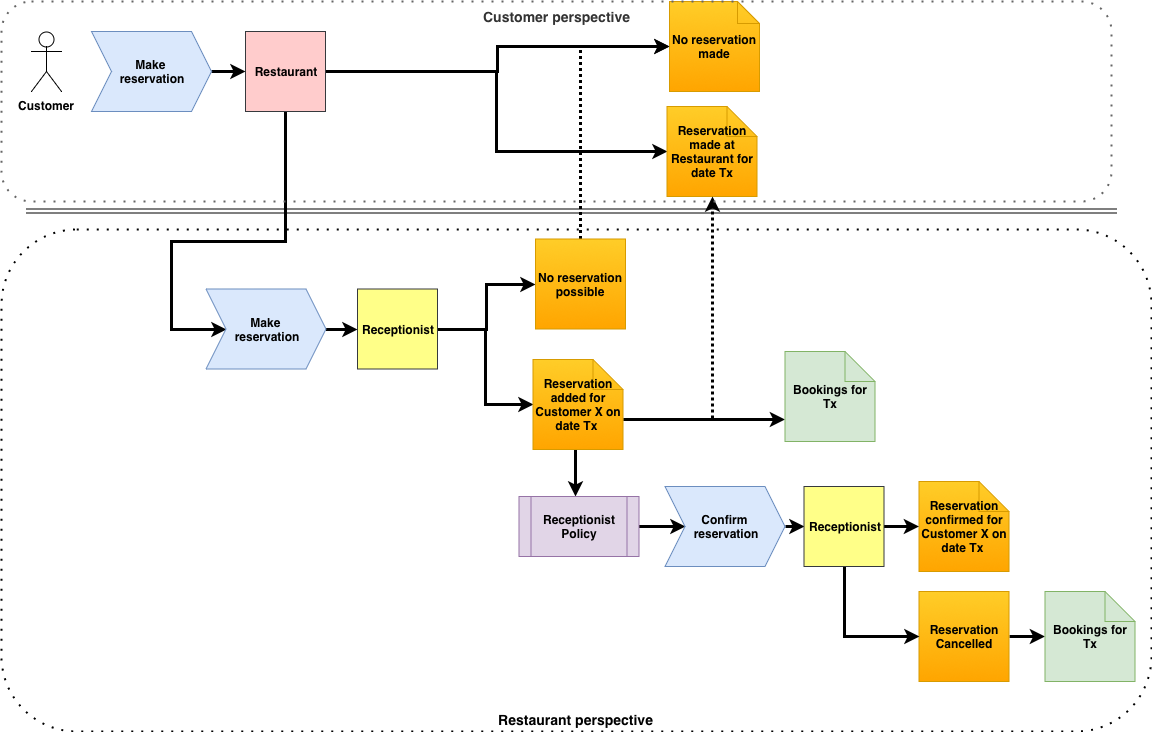
tripledio/tripledio.github.io keeps this draw.io diagram as img/posts/events-restaurant/processFlowReservation.png. Above is the earlier version. Source tidied: cells renumbered, new cells last; positions are measured from the earlier drawing's top-left corner, leaving out a move shared by most shapes.
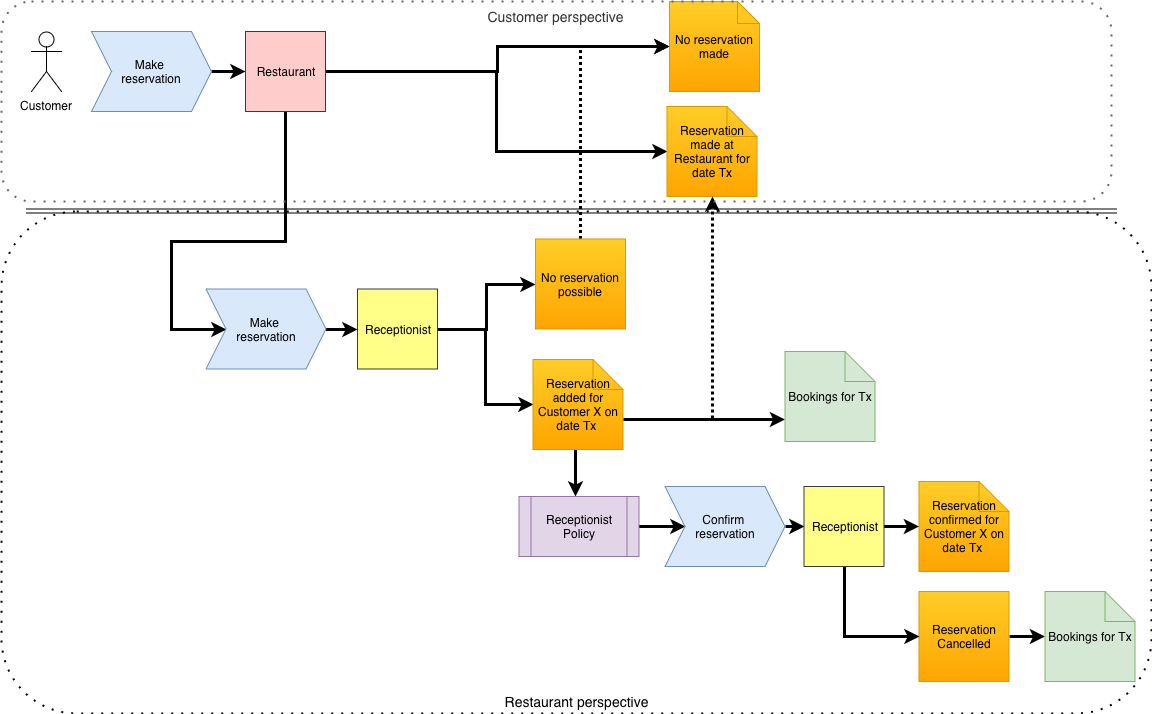
After the change.

Change to the diagram source:
```diff
@@ -2,137 +2,137 @@
   <root>
     <mxCell id="0" />
     <mxCell id="1" parent="0" />
-    <mxCell id="2" value="&lt;b&gt;Customer&lt;/b&gt;" style="shape=umlActor;verticalLabelPosition=bottom;labelBackgroundColor=#ffffff;verticalAlign=top;html=1;" parent="1" vertex="1">
-      <mxGeometry x="30" y="30" width="30" height="60" as="geometry" />
+    <mxCell id="2" value="Restaurant perspective" style="rounded=1;whiteSpace=wrap;html=1;dashed=1;dashPattern=1 4;strokeWidth=2;fillColor=none;fontStyle=0;verticalAlign=bottom;fontSize=14;" parent="1" vertex="1">
+      <mxGeometry y="210" width="1150" height="502" as="geometry" />
     </mxCell>
-    <mxCell id="3" style="edgeStyle=orthogonalEdgeStyle;rounded=0;jettySize=auto;html=1;entryX=0;entryY=0.5;entryDx=0;entryDy=0;entryPerimeter=0;strokeWidth=3;" parent="1" edge="1" source="5" target="21">
-      <mxGeometry relative="1" as="geometry" />
+    <mxCell id="3" value="&lt;span&gt;Customer&lt;/span&gt;" style="shape=umlActor;verticalLabelPosition=bottom;labelBackgroundColor=#ffffff;verticalAlign=top;html=1;fontStyle=0;" parent="1" vertex="1">
+      <mxGeometry x="30" y="30" width="30" height="60" as="geometry" />
     </mxCell>
-    <mxCell id="4" style="edgeStyle=orthogonalEdgeStyle;rounded=0;jettySize=auto;html=1;exitX=1;exitY=0.5;exitDx=0;exitDy=0;strokeWidth=3;" parent="1" edge="1" source="5" target="23">
+    <mxCell id="4" style="edgeStyle=orthogonalEdgeStyle;rounded=0;jettySize=auto;html=1;entryX=0;entryY=0.5;entryDx=0;entryDy=0;entryPerimeter=0;strokeWidth=3;fontStyle=0;" parent="1" edge="1" source="6" target="22">
       <mxGeometry relative="1" as="geometry" />
     </mxCell>
-    <mxCell id="5" value="&lt;b&gt;Receptionist&lt;/b&gt;" style="whiteSpace=wrap;html=1;fillColor=#ffff88;strokeColor=#36393d;" parent="1" vertex="1">
-      <mxGeometry x="356" y="287.5" width="80" height="80" as="geometry" />
+    <mxCell id="5" style="edgeStyle=orthogonalEdgeStyle;rounded=0;jettySize=auto;html=1;exitX=1;exitY=0.5;exitDx=0;exitDy=0;strokeWidth=3;fontStyle=0;" parent="1" edge="1" source="6" target="24">
+      <mxGeometry relative="1" as="geometry" />
     </mxCell>
-    <mxCell id="6" style="edgeStyle=orthogonalEdgeStyle;rounded=0;jettySize=auto;html=1;entryX=0;entryY=0.5;entryDx=0;entryDy=0;strokeWidth=3;" parent="1" edge="1" source="9" target="17">
-      <mxGeometry relative="1" as="geometry">
-        <Array as="points">
-          <mxPoint x="284" y="240" />
-          <mxPoint x="170" y="240" />
-          <mxPoint x="170" y="328" />
-        </Array>
-      </mxGeometry>
+    <mxCell id="6" value="&lt;span&gt;Receptionist&lt;/span&gt;" style="whiteSpace=wrap;html=1;fillColor=#ffff88;strokeColor=#36393d;fontStyle=0;" parent="1" vertex="1">
+      <mxGeometry x="356" y="287.5" width="80" height="80" as="geometry" />
     </mxCell>
-    <mxCell id="7" style="edgeStyle=orthogonalEdgeStyle;rounded=0;jettySize=auto;html=1;entryX=0;entryY=0.5;entryDx=0;entryDy=0;entryPerimeter=0;strokeWidth=3;" parent="1" edge="1" source="9" target="11">
-      <mxGeometry relative="1" as="geometry" />
+    <mxCell id="7" style="edgeStyle=orthogonalEdgeStyle;rounded=0;jettySize=auto;html=1;entryX=0;entryY=0.5;entryDx=0;entryDy=0;strokeWidth=3;fontStyle=0;" parent="1" edge="1" source="10" target="18">
+      <mxGeometry relative="1" as="geometry">
+        <Array as="points">
+          <mxPoint x="284" y="240" />
+          <mxPoint x="170" y="240" />
+          <mxPoint x="170" y="328" />
+        </Array>
+      </mxGeometry>
     </mxCell>
-    <mxCell id="8" style="edgeStyle=orthogonalEdgeStyle;rounded=0;jettySize=auto;html=1;entryX=0;entryY=0.5;entryDx=0;entryDy=0;entryPerimeter=0;strokeWidth=3;" parent="1" edge="1" source="9" target="10">
+    <mxCell id="8" style="edgeStyle=orthogonalEdgeStyle;rounded=0;jettySize=auto;html=1;entryX=0;entryY=0.5;entryDx=0;entryDy=0;entryPerimeter=0;strokeWidth=3;fontStyle=0;" parent="1" edge="1" source="10" target="12">
       <mxGeometry relative="1" as="geometry" />
     </mxCell>
-    <mxCell id="9" value="&lt;b&gt;Restaurant&lt;/b&gt;&lt;br&gt;" style="whiteSpace=wrap;html=1;fillColor=#ffcccc;strokeColor=#36393d;" parent="1" vertex="1">
-      <mxGeometry x="244" y="30" width="80" height="80" as="geometry" />
+    <mxCell id="9" style="edgeStyle=orthogonalEdgeStyle;rounded=0;jettySize=auto;html=1;entryX=0;entryY=0.5;entryDx=0;entryDy=0;entryPerimeter=0;strokeWidth=3;fontStyle=0;" parent="1" edge="1" source="10" target="11">
+      <mxGeometry relative="1" as="geometry" />
     </mxCell>
-    <mxCell id="10" value="&lt;b&gt;Reservation made at Restaurant for date Tx&lt;/b&gt;&lt;br&gt;" style="shape=note;whiteSpace=wrap;html=1;backgroundOutline=1;fillColor=#ffcd28;strokeColor=#d79b00;gradientColor=#ffa500;" parent="1" vertex="1">
-      <mxGeometry x="665.5" y="105" width="90" height="90" as="geometry" />
+    <mxCell id="10" value="&lt;span&gt;Restaurant&lt;/span&gt;&lt;br&gt;" style="whiteSpace=wrap;html=1;fillColor=#ffcccc;strokeColor=#36393d;fontStyle=0;" parent="1" vertex="1">
+      <mxGeometry x="244" y="30" width="80" height="80" as="geometry" />
     </mxCell>
-    <mxCell id="11" value="&lt;b&gt;No reservation made&lt;/b&gt;&lt;br&gt;" style="shape=note;whiteSpace=wrap;html=1;backgroundOutline=1;fillColor=#ffcd28;strokeColor=#d79b00;gradientColor=#ffa500;size=22;" parent="1" vertex="1">
-      <mxGeometry x="668" width="90" height="90" as="geometry" />
+    <mxCell id="11" value="&lt;span&gt;Reservation made at Restaurant for date Tx&lt;/span&gt;&lt;br&gt;" style="shape=note;whiteSpace=wrap;html=1;backgroundOutline=1;fillColor=#ffcd28;strokeColor=#d79b00;gradientColor=#ffa500;fontStyle=0;" parent="1" vertex="1">
+      <mxGeometry x="665.5" y="105" width="90" height="90" as="geometry" />
     </mxCell>
-    <mxCell id="12" style="edgeStyle=orthogonalEdgeStyle;rounded=0;jettySize=auto;html=1;exitX=0;exitY=0;exitDx=90;exitDy=45;exitPerimeter=0;strokeWidth=3;" parent="1" edge="1" source="13" target="34">
-      <mxGeometry relative="1" as="geometry" />
+    <mxCell id="12" value="&lt;span&gt;No reservation made&lt;/span&gt;&lt;br&gt;" style="shape=note;whiteSpace=wrap;html=1;backgroundOutline=1;fillColor=#ffcd28;strokeColor=#d79b00;gradientColor=#ffa500;size=22;fontStyle=0;" parent="1" vertex="1">
+      <mxGeometry x="668" width="90" height="90" as="geometry" />
     </mxCell>
-    <mxCell id="13" value="&lt;b&gt;Reservation Cancelled&lt;/b&gt;&lt;br&gt;" style="shape=note;whiteSpace=wrap;html=1;backgroundOutline=1;fillColor=#ffcd28;strokeColor=#d79b00;gradientColor=#ffa500;size=0;" parent="1" vertex="1">
-      <mxGeometry x="917.5" y="590" width="90" height="90" as="geometry" />
+    <mxCell id="13" style="edgeStyle=orthogonalEdgeStyle;rounded=0;jettySize=auto;html=1;exitX=0;exitY=0;exitDx=90;exitDy=45;exitPerimeter=0;strokeWidth=3;fontStyle=0;" parent="1" edge="1" source="14" target="35">
+      <mxGeometry relative="1" as="geometry" />
     </mxCell>
-    <mxCell id="14" style="edgeStyle=orthogonalEdgeStyle;rounded=0;jettySize=auto;html=1;exitX=1;exitY=0.5;exitDx=0;exitDy=0;entryX=0;entryY=0.5;entryDx=0;entryDy=0;strokeWidth=3;" parent="1" edge="1" source="15" target="9">
-      <mxGeometry relative="1" as="geometry" />
+    <mxCell id="14" value="&lt;span&gt;Reservation Cancelled&lt;/span&gt;&lt;br&gt;" style="shape=note;whiteSpace=wrap;html=1;backgroundOutline=1;fillColor=#ffcd28;strokeColor=#d79b00;gradientColor=#ffa500;size=0;fontStyle=0;" parent="1" vertex="1">
+      <mxGeometry x="917.5" y="590" width="90" height="90" as="geometry" />
     </mxCell>
-    <mxCell id="15" value="&lt;b&gt;Make &lt;br&gt;reservation&lt;/b&gt;" style="shape=step;perimeter=stepPerimeter;whiteSpace=wrap;html=1;fixedSize=1;fillColor=#dae8fc;strokeColor=#6c8ebf;" parent="1" vertex="1">
-      <mxGeometry x="90" y="30" width="120" height="80" as="geometry" />
+    <mxCell id="15" style="edgeStyle=orthogonalEdgeStyle;rounded=0;jettySize=auto;html=1;exitX=1;exitY=0.5;exitDx=0;exitDy=0;entryX=0;entryY=0.5;entryDx=0;entryDy=0;strokeWidth=3;fontStyle=0;" parent="1" edge="1" source="16" target="10">
+      <mxGeometry relative="1" as="geometry" />
     </mxCell>
-    <mxCell id="16" style="edgeStyle=orthogonalEdgeStyle;rounded=0;jettySize=auto;html=1;strokeWidth=3;" parent="1" edge="1" source="17" target="5">
-      <mxGeometry relative="1" as="geometry" />
+    <mxCell id="16" value="&lt;span&gt;Make &lt;br&gt;reservation&lt;/span&gt;" style="shape=step;perimeter=stepPerimeter;whiteSpace=wrap;html=1;fixedSize=1;fillColor=#dae8fc;strokeColor=#6c8ebf;fontStyle=0;" parent="1" vertex="1">
+      <mxGeometry x="90" y="30" width="120" height="80" as="geometry" />
     </mxCell>
-    <mxCell id="17" value="&lt;b&gt;Make &lt;br&gt;reservation&lt;/b&gt;" style="shape=step;perimeter=stepPerimeter;whiteSpace=wrap;html=1;fixedSize=1;fillColor=#dae8fc;strokeColor=#6c8ebf;" parent="1" vertex="1">
-      <mxGeometry x="204.5" y="287.5" width="120" height="80" as="geometry" />
+    <mxCell id="17" style="edgeStyle=orthogonalEdgeStyle;rounded=0;jettySize=auto;html=1;strokeWidth=3;fontStyle=0;" parent="1" edge="1" source="18" target="6">
+      <mxGeometry relative="1" as="geometry" />
     </mxCell>
-    <mxCell id="18" style="edgeStyle=orthogonalEdgeStyle;rounded=0;jettySize=auto;html=1;entryX=0.5;entryY=1;entryDx=0;entryDy=0;entryPerimeter=0;exitX=0;exitY=0;exitDx=90;exitDy=60;exitPerimeter=0;strokeWidth=3;dashed=1;dashPattern=1 1;" parent="1" edge="1" source="21" target="10">
-      <mxGeometry relative="1" as="geometry" />
+    <mxCell id="18" value="&lt;span&gt;Make &lt;br&gt;reservation&lt;/span&gt;" style="shape=step;perimeter=stepPerimeter;whiteSpace=wrap;html=1;fixedSize=1;fillColor=#dae8fc;strokeColor=#6c8ebf;fontStyle=0;" parent="1" vertex="1">
+      <mxGeometry x="204.5" y="287.5" width="120" height="80" as="geometry" />
     </mxCell>
-    <mxCell id="19" style="edgeStyle=orthogonalEdgeStyle;rounded=0;jettySize=auto;html=1;strokeWidth=3;" parent="1" edge="1" source="21" target="27">
-      <mxGeometry relative="1" as="geometry">
-        <Array as="points">
-          <mxPoint x="574" y="480" />
-          <mxPoint x="574" y="480" />
-        </Array>
-      </mxGeometry>
+    <mxCell id="19" style="edgeStyle=orthogonalEdgeStyle;rounded=0;jettySize=auto;html=1;entryX=0.5;entryY=1;entryDx=0;entryDy=0;entryPerimeter=0;exitX=0;exitY=0;exitDx=90;exitDy=60;exitPerimeter=0;strokeWidth=3;dashed=1;dashPattern=1 1;fontStyle=0;" parent="1" edge="1" source="22" target="11">
+      <mxGeometry relative="1" as="geometry" />
     </mxCell>
-    <mxCell id="20" style="edgeStyle=orthogonalEdgeStyle;rounded=0;jettySize=auto;html=1;strokeWidth=3;exitX=0;exitY=0;exitDx=90;exitDy=60;exitPerimeter=0;" parent="1" edge="1" source="21" target="33">
+    <mxCell id="20" style="edgeStyle=orthogonalEdgeStyle;rounded=0;jettySize=auto;html=1;strokeWidth=3;fontStyle=0;" parent="1" edge="1" source="22" target="28">
       <mxGeometry relative="1" as="geometry">
         <Array as="points">
-          <mxPoint x="760" y="418" />
-          <mxPoint x="760" y="418" />
+          <mxPoint x="574" y="480" />
+          <mxPoint x="574" y="480" />
         </Array>
       </mxGeometry>
     </mxCell>
-    <mxCell id="21" value="&lt;b&gt;Reservation added for Customer X on date Tx&amp;nbsp;&lt;/b&gt;&lt;br&gt;" style="shape=note;whiteSpace=wrap;html=1;backgroundOutline=1;fillColor=#ffcd28;strokeColor=#d79b00;gradientColor=#ffa500;" parent="1" vertex="1">
-      <mxGeometry x="531.5" y="358" width="90" height="90" as="geometry" />
+    <mxCell id="21" style="edgeStyle=orthogonalEdgeStyle;rounded=0;jettySize=auto;html=1;strokeWidth=3;exitX=0;exitY=0;exitDx=90;exitDy=60;exitPerimeter=0;fontStyle=0;" parent="1" edge="1" source="22" target="34">
+      <mxGeometry relative="1" as="geometry">
+        <Array as="points">
+          <mxPoint x="760" y="418" />
+          <mxPoint x="760" y="418" />
+        </Array>
+      </mxGeometry>
     </mxCell>
-    <mxCell id="22" style="edgeStyle=orthogonalEdgeStyle;rounded=0;jettySize=auto;html=1;entryX=0;entryY=0.5;entryDx=0;entryDy=0;entryPerimeter=0;strokeWidth=3;dashed=1;dashPattern=1 1;" parent="1" edge="1" source="23" target="11">
-      <mxGeometry relative="1" as="geometry">
-        <Array as="points">
-          <mxPoint x="579" y="45" />
-        </Array>
-      </mxGeometry>
+    <mxCell id="22" value="&lt;span&gt;Reservation added for Customer X on date Tx&amp;nbsp;&lt;/span&gt;&lt;br&gt;" style="shape=note;whiteSpace=wrap;html=1;backgroundOutline=1;fillColor=#ffcd28;strokeColor=#d79b00;gradientColor=#ffa500;fontStyle=0;" parent="1" vertex="1">
+      <mxGeometry x="531.5" y="358" width="90" height="90" as="geometry" />
     </mxCell>
-    <mxCell id="23" value="&lt;b&gt;No reservation possible&lt;/b&gt;&lt;br&gt;" style="shape=note;whiteSpace=wrap;html=1;backgroundOutline=1;fillColor=#ffcd28;strokeColor=#d79b00;gradientColor=#ffa500;size=0;" parent="1" vertex="1">
-      <mxGeometry x="534" y="237.5" width="90" height="90" as="geometry" />
+    <mxCell id="23" style="edgeStyle=orthogonalEdgeStyle;rounded=0;jettySize=auto;html=1;entryX=0;entryY=0.5;entryDx=0;entryDy=0;entryPerimeter=0;strokeWidth=3;dashed=1;dashPattern=1 1;fontStyle=0;" parent="1" edge="1" source="24" target="12">
+      <mxGeometry relative="1" as="geometry">
+        <Array as="points">
+          <mxPoint x="579" y="45" />
+        </Array>
+      </mxGeometry>
     </mxCell>
-    <mxCell id="24" style="shape=link;html=1;jettySize=auto;orthogonalLoop=1;" parent="1" edge="1">
-      <mxGeometry relative="1" as="geometry">
-        <mxPoint x="25" y="209.5" as="sourcePoint" />
-        <mxPoint x="1115" y="209.5" as="targetPoint" />
-      </mxGeometry>
+    <mxCell id="24" value="&lt;span&gt;No reservation possible&lt;/span&gt;&lt;br&gt;" style="shape=note;whiteSpace=wrap;html=1;backgroundOutline=1;fillColor=#ffcd28;strokeColor=#d79b00;gradientColor=#ffa500;size=0;fontStyle=0;" parent="1" vertex="1">
+      <mxGeometry x="534" y="237.5" width="90" height="90" as="geometry" />
     </mxCell>
-    <mxCell id="25" value="&lt;b&gt;Reservation confirmed for Customer X on date Tx&amp;nbsp;&lt;/b&gt;&lt;br&gt;" style="shape=note;whiteSpace=wrap;html=1;backgroundOutline=1;fillColor=#ffcd28;strokeColor=#d79b00;gradientColor=#ffa500;" parent="1" vertex="1">
-      <mxGeometry x="917.5" y="480" width="90" height="90" as="geometry" />
+    <mxCell id="25" style="shape=link;html=1;jettySize=auto;orthogonalLoop=1;fontStyle=0;" parent="1" edge="1">
+      <mxGeometry relative="1" as="geometry">
+        <mxPoint x="25" y="209.5" as="sourcePoint" />
+        <mxPoint x="1115" y="209.5" as="targetPoint" />
+      </mxGeometry>
     </mxCell>
-    <mxCell id="26" style="edgeStyle=orthogonalEdgeStyle;rounded=0;jettySize=auto;html=1;entryX=0;entryY=0.5;entryDx=0;entryDy=0;strokeWidth=3;" parent="1" edge="1" source="27" target="29">
-      <mxGeometry relative="1" as="geometry" />
+    <mxCell id="26" value="&lt;span&gt;Reservation confirmed for Customer X on date Tx&amp;nbsp;&lt;/span&gt;&lt;br&gt;" style="shape=note;whiteSpace=wrap;html=1;backgroundOutline=1;fillColor=#ffcd28;strokeColor=#d79b00;gradientColor=#ffa500;fontStyle=0;" parent="1" vertex="1">
+      <mxGeometry x="917.5" y="480" width="90" height="90" as="geometry" />
     </mxCell>
-    <mxCell id="27" value="&lt;b&gt;Receptionist Policy&lt;/b&gt;" style="shape=process;whiteSpace=wrap;html=1;backgroundOutline=1;fillColor=#e1d5e7;strokeColor=#9673a6;" parent="1" vertex="1">
-      <mxGeometry x="517.5" y="495" width="120" height="60" as="geometry" />
+    <mxCell id="27" style="edgeStyle=orthogonalEdgeStyle;rounded=0;jettySize=auto;html=1;entryX=0;entryY=0.5;entryDx=0;entryDy=0;strokeWidth=3;fontStyle=0;" parent="1" edge="1" source="28" target="30">
+      <mxGeometry relative="1" as="geometry" />
     </mxCell>
-    <mxCell id="28" style="edgeStyle=orthogonalEdgeStyle;rounded=0;jettySize=auto;html=1;exitX=1;exitY=0.5;exitDx=0;exitDy=0;entryX=0;entryY=0.5;entryDx=0;entryDy=0;strokeWidth=3;" parent="1" edge="1" source="29" target="32">
-      <mxGeometry relative="1" as="geometry" />
+    <mxCell id="28" value="&lt;span&gt;Receptionist Policy&lt;/span&gt;" style="shape=process;whiteSpace=wrap;html=1;backgroundOutline=1;fillColor=#e1d5e7;strokeColor=#9673a6;fontStyle=0;" parent="1" vertex="1">
+      <mxGeometry x="517.5" y="495" width="120" height="60" as="geometry" />
     </mxCell>
-    <mxCell id="29" value="&lt;b&gt;Confirm &lt;br&gt;reservation&lt;/b&gt;" style="shape=step;perimeter=stepPerimeter;whiteSpace=wrap;html=1;fixedSize=1;fillColor=#dae8fc;strokeColor=#6c8ebf;" parent="1" vertex="1">
-      <mxGeometry x="663.5" y="485" width="120" height="80" as="geometry" />
+    <mxCell id="29" style="edgeStyle=orthogonalEdgeStyle;rounded=0;jettySize=auto;html=1;exitX=1;exitY=0.5;exitDx=0;exitDy=0;entryX=0;entryY=0.5;entryDx=0;entryDy=0;strokeWidth=3;fontStyle=0;" parent="1" edge="1" source="30" target="33">
+      <mxGeometry relative="1" as="geometry" />
     </mxCell>
-    <mxCell id="30" style="edgeStyle=orthogonalEdgeStyle;rounded=0;jettySize=auto;html=1;strokeWidth=3;" parent="1" edge="1" source="32" target="25">
-      <mxGeometry relative="1" as="geometry" />
+    <mxCell id="30" value="&lt;span&gt;Confirm &lt;br&gt;reservation&lt;/span&gt;" style="shape=step;perimeter=stepPerimeter;whiteSpace=wrap;html=1;fixedSize=1;fillColor=#dae8fc;strokeColor=#6c8ebf;fontStyle=0;" parent="1" vertex="1">
+      <mxGeometry x="663.5" y="485" width="120" height="80" as="geometry" />
     </mxCell>
-    <mxCell id="31" style="edgeStyle=orthogonalEdgeStyle;rounded=0;jettySize=auto;html=1;entryX=0;entryY=0.5;entryDx=0;entryDy=0;entryPerimeter=0;strokeWidth=3;" parent="1" edge="1" source="32" target="13">
-      <mxGeometry relative="1" as="geometry">
-        <Array as="points">
-          <mxPoint x="843" y="635" />
-        </Array>
-      </mxGeometry>
+    <mxCell id="31" style="edgeStyle=orthogonalEdgeStyle;rounded=0;jettySize=auto;html=1;strokeWidth=3;fontStyle=0;" parent="1" edge="1" source="33" target="26">
+      <mxGeometry relative="1" as="geometry" />
     </mxCell>
-    <mxCell id="32" value="&lt;b&gt;Receptionist&lt;/b&gt;" style="whiteSpace=wrap;html=1;fillColor=#ffff88;strokeColor=#36393d;" parent="1" vertex="1">
-      <mxGeometry x="802.5" y="485" width="80" height="80" as="geometry" />
+    <mxCell id="32" style="edgeStyle=orthogonalEdgeStyle;rounded=0;jettySize=auto;html=1;entryX=0;entryY=0.5;entryDx=0;entryDy=0;entryPerimeter=0;strokeWidth=3;fontStyle=0;" parent="1" edge="1" source="33" target="14">
+      <mxGeometry relative="1" as="geometry">
+        <Array as="points">
+          <mxPoint x="843" y="635" />
+        </Array>
+      </mxGeometry>
     </mxCell>
-    <mxCell id="33" value="&lt;b&gt;Bookings for Tx&lt;/b&gt;" style="shape=note;whiteSpace=wrap;html=1;backgroundOutline=1;fillColor=#d5e8d4;strokeColor=#82b366;" parent="1" vertex="1">
-      <mxGeometry x="783.5" y="350" width="90" height="90" as="geometry" />
+    <mxCell id="33" value="&lt;span&gt;Receptionist&lt;/span&gt;" style="whiteSpace=wrap;html=1;fillColor=#ffff88;strokeColor=#36393d;fontStyle=0;" parent="1" vertex="1">
+      <mxGeometry x="802.5" y="485" width="80" height="80" as="geometry" />
     </mxCell>
-    <mxCell id="34" value="&lt;b&gt;Bookings for Tx&lt;/b&gt;" style="shape=note;whiteSpace=wrap;html=1;backgroundOutline=1;fillColor=#d5e8d4;strokeColor=#82b366;" parent="1" vertex="1">
-      <mxGeometry x="1043.5" y="590" width="90" height="90" as="geometry" />
+    <mxCell id="34" value="&lt;span&gt;Bookings for Tx&lt;/span&gt;" style="shape=note;whiteSpace=wrap;html=1;backgroundOutline=1;fillColor=#d5e8d4;strokeColor=#82b366;fontStyle=0;" parent="1" vertex="1">
+      <mxGeometry x="783.5" y="350" width="90" height="90" as="geometry" />
     </mxCell>
-    <mxCell id="35" value="&lt;font style=&quot;font-size: 14px&quot;&gt;Customer perspective&lt;/font&gt;" style="rounded=1;whiteSpace=wrap;html=1;fillColor=none;strokeColor=#666666;fontColor=#333333;dashed=1;dashPattern=1 4;strokeWidth=2;verticalAlign=top;fontStyle=1;" parent="1" vertex="1">
-      <mxGeometry width="1110" height="200" as="geometry" />
+    <mxCell id="35" value="&lt;span&gt;Bookings for Tx&lt;/span&gt;" style="shape=note;whiteSpace=wrap;html=1;backgroundOutline=1;fillColor=#d5e8d4;strokeColor=#82b366;fontStyle=0;" parent="1" vertex="1">
+      <mxGeometry x="1043.5" y="590" width="90" height="90" as="geometry" />
     </mxCell>
-    <mxCell id="36" value="Restaurant perspective" style="rounded=1;whiteSpace=wrap;html=1;dashed=1;dashPattern=1 4;strokeWidth=2;fillColor=none;fontStyle=1;verticalAlign=bottom;fontSize=14;" parent="1" vertex="1">
-      <mxGeometry y="228" width="1150" height="502" as="geometry" />
+    <mxCell id="36" value="&lt;font style=&quot;font-size: 14px&quot;&gt;Customer perspective&lt;/font&gt;" style="rounded=1;whiteSpace=wrap;html=1;fillColor=none;strokeColor=#666666;fontColor=#333333;dashed=1;dashPattern=1 4;strokeWidth=2;verticalAlign=top;fontStyle=0;" parent="1" vertex="1">
+      <mxGeometry width="1110" height="200" as="geometry" />
     </mxCell>
   </root>
 </mxGraphModel>
```
